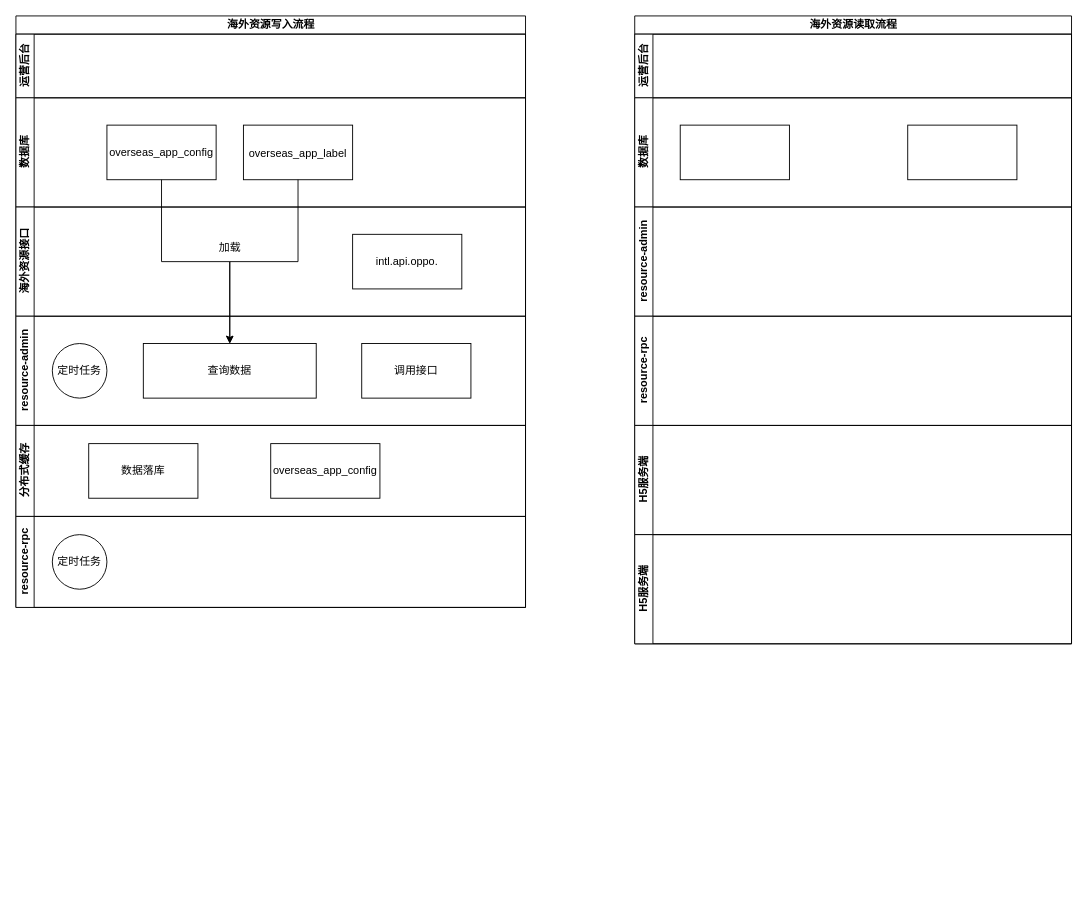
The draw.io diagram overseas.drawio in ETHAN0430/draw.io.repo, before the edit. Source tidied: cells renumbered, new cells numbered last; positions are measured from the earlier drawing's top-left corner, leaving out a move shared by most shapes. Both pictures are drawn from the tidied source at 91%, with x=0, y=0 at pixel (15, 15).
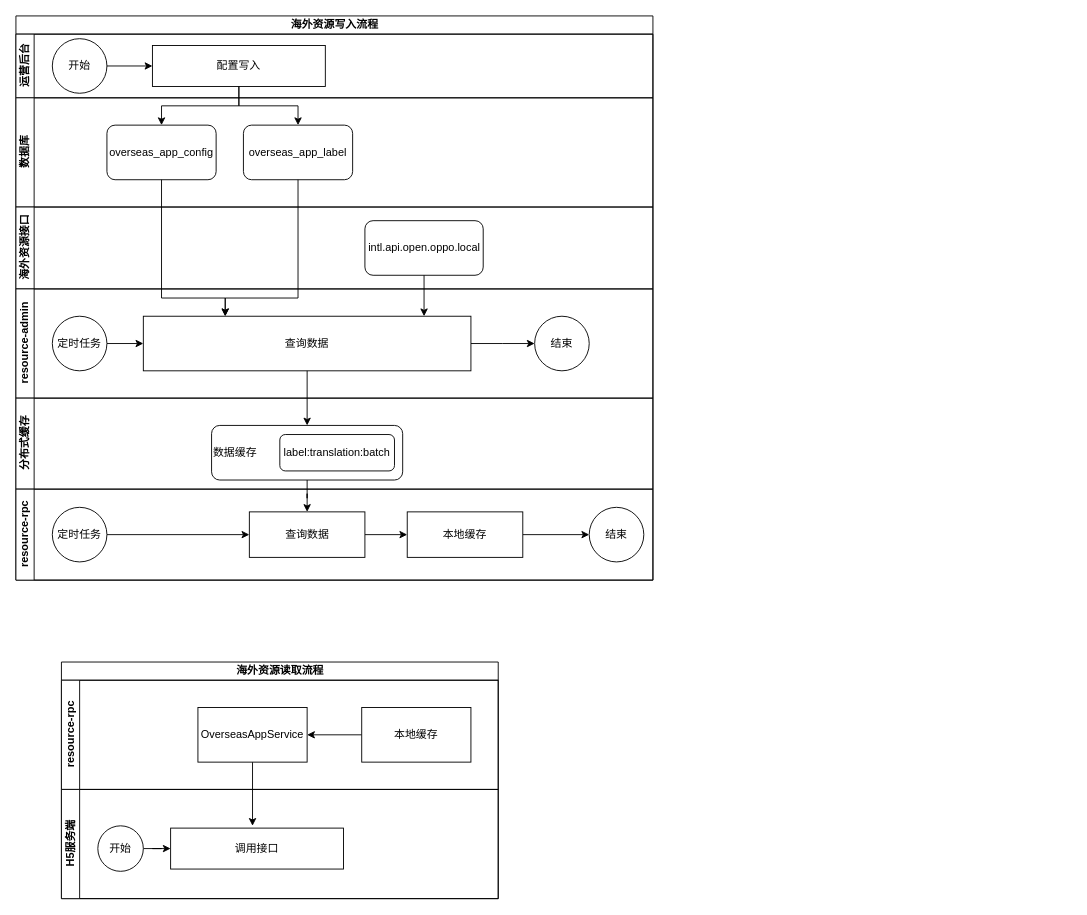
Above is the later version.

Unchanged cells that the change refers to:
```xml
<mxCell id="11" value="定时任务" style="ellipse;whiteSpace=wrap;html=1;" parent="10" vertex="1">
  <mxGeometry x="40" y="30" width="60" height="60" as="geometry" />
</mxCell>
<mxCell id="18" value="定时任务" style="ellipse;whiteSpace=wrap;html=1;" parent="17" vertex="1">
  <mxGeometry x="40" y="20" width="60" height="60" as="geometry" />
</mxCell>
```

Change to the diagram source:
```diff
@@
     <mxCell id="2" value="海外资源写入流程" style="swimlane;horizontal=1;startSize=20;html=1;" parent="1" vertex="1">
-      <mxGeometry width="560" height="650" as="geometry" />
+      <mxGeometry width="700" height="620" as="geometry" />
     </mxCell>
     <mxCell id="3" value="运营后台" style="swimlane;startSize=20;horizontal=0;html=1;" parent="2" vertex="1">
-      <mxGeometry y="20" width="560" height="70" as="geometry" />
+      <mxGeometry y="20" width="700" height="70" as="geometry" />
     </mxCell>
+    <mxCell id="30" style="edgeStyle=orthogonalEdgeStyle;rounded=0;jettySize=auto;html=1;entryX=0;entryY=0.5;entryDx=0;entryDy=0;" parent="3" edge="1" source="31" target="32">
+      <mxGeometry relative="1" as="geometry" />
+    </mxCell>
+    <mxCell id="31" value="开始" style="ellipse;whiteSpace=wrap;html=1;" parent="3" vertex="1">
+      <mxGeometry x="40" y="5" width="60" height="60" as="geometry" />
+    </mxCell>
+    <mxCell id="32" value="配置写入" style="whiteSpace=wrap;html=1;" parent="3" vertex="1">
+      <mxGeometry x="150" y="12.5" width="190" height="45" as="geometry" />
+    </mxCell>
     <mxCell id="4" value="数据库" style="swimlane;startSize=20;horizontal=0;html=1;" parent="2" vertex="1">
-      <mxGeometry y="90" width="560" height="120" as="geometry" />
+      <mxGeometry y="90" width="700" height="120" as="geometry" />
     </mxCell>
-    <mxCell id="5" value="overseas_app_config" style="whiteSpace=wrap;html=1;" parent="4" vertex="1">
-      <mxGeometry x="100" y="30" width="120" height="60" as="geometry" />
-    </mxCell>
+    <mxCell id="33" value="overseas_app_config" style="rounded=1;whiteSpace=wrap;html=1;" parent="4" vertex="1">
+      <mxGeometry x="100" y="30" width="120" height="60" as="geometry" />
+    </mxCell>
-    <mxCell id="6" value="&lt;div style=&quot;line-height: 100%;&quot; class=&quot;ql-code-block ql-long-284244 ql-direction-ltr ql-authorBlock-284244&quot;&gt;overseas_app_label&lt;/div&gt;" style="whiteSpace=wrap;html=1;" parent="4" vertex="1">
+    <mxCell id="6" value="overseas_app_label" style="rounded=1;whiteSpace=wrap;html=1;" parent="4" vertex="1">
       <mxGeometry x="250" y="30" width="120" height="60" as="geometry" />
     </mxCell>
     <mxCell id="7" value="海外资源接口" style="swimlane;startSize=20;horizontal=0;html=1;" parent="2" vertex="1">
-      <mxGeometry y="210" width="560" height="120" as="geometry" />
+      <mxGeometry y="210" width="700" height="90" as="geometry" />
     </mxCell>
-    <mxCell id="8" value="intl.api.oppo." style="whiteSpace=wrap;html=1;" parent="7" vertex="1">
-      <mxGeometry x="370" y="30" width="120" height="60" as="geometry" />
-    </mxCell>
-    <mxCell id="9" value="加载" style="text;html=1;align=center;verticalAlign=middle;strokeColor=none;fillColor=none;" parent="7" vertex="1">
-      <mxGeometry x="210" y="30" width="50" height="30" as="geometry" />
-    </mxCell>
+    <mxCell id="34" value="intl.api.open.oppo.local" style="rounded=1;whiteSpace=wrap;html=1;" parent="7" vertex="1">
+      <mxGeometry x="383.5" y="15" width="130" height="60" as="geometry" />
+    </mxCell>
     <mxCell id="10" value="resource-admin" style="swimlane;startSize=20;horizontal=0;html=1;" parent="2" vertex="1">
-      <mxGeometry y="330" width="560" height="120" as="geometry" />
+      <mxGeometry y="300" width="700" height="120" as="geometry" />
     </mxCell>
+    <mxCell id="35" style="edgeStyle=orthogonalEdgeStyle;rounded=0;jettySize=auto;html=1;entryX=0;entryY=0.5;entryDx=0;entryDy=0;" parent="10" edge="1" source="11" target="12">
+      <mxGeometry relative="1" as="geometry" />
+    </mxCell>
@@
+    <mxCell id="36" style="edgeStyle=orthogonalEdgeStyle;rounded=0;jettySize=auto;html=1;" parent="10" edge="1" source="12">
+      <mxGeometry relative="1" as="geometry">
+        <mxPoint x="570" y="60" as="targetPoint" />
+      </mxGeometry>
+    </mxCell>
     <mxCell id="12" value="查询数据" style="whiteSpace=wrap;html=1;" parent="10" vertex="1">
-      <mxGeometry x="140" y="30" width="190" height="60" as="geometry" />
+      <mxGeometry x="140" y="30" width="360" height="60" as="geometry" />
     </mxCell>
-    <mxCell id="13" value="调用接口" style="whiteSpace=wrap;html=1;" parent="10" vertex="1">
-      <mxGeometry x="380" y="30" width="120" height="60" as="geometry" />
-    </mxCell>
+    <mxCell id="37" value="结束" style="ellipse;whiteSpace=wrap;html=1;" parent="10" vertex="1">
+      <mxGeometry x="570" y="30" width="60" height="60" as="geometry" />
+    </mxCell>
     <mxCell id="14" value="分布式缓存" style="swimlane;startSize=20;horizontal=0;html=1;" parent="2" vertex="1">
-      <mxGeometry y="450" width="560" height="100" as="geometry" />
+      <mxGeometry y="420" width="700" height="100" as="geometry" />
     </mxCell>
-    <mxCell id="15" value="数据落库" style="whiteSpace=wrap;html=1;" parent="14" vertex="1">
-      <mxGeometry x="80" y="20" width="120" height="60" as="geometry" />
-    </mxCell>
-    <mxCell id="16" value="overseas_app_config" style="whiteSpace=wrap;html=1;" parent="14" vertex="1">
-      <mxGeometry x="280" y="20" width="120" height="60" as="geometry" />
-    </mxCell>
+    <mxCell id="38" value="数据缓存" style="rounded=1;whiteSpace=wrap;html=1;align=left;" parent="14" vertex="1">
+      <mxGeometry x="215" y="30" width="210" height="60" as="geometry" />
+    </mxCell>
+    <mxCell id="39" value="label:translation:batch" style="rounded=1;whiteSpace=wrap;html=1;" parent="14" vertex="1">
+      <mxGeometry x="290" y="40" width="126" height="40" as="geometry" />
+    </mxCell>
+    <mxCell id="40" style="edgeStyle=orthogonalEdgeStyle;rounded=0;jettySize=auto;html=1;" parent="2" edge="1" source="32" target="33">
+      <mxGeometry relative="1" as="geometry" />
+    </mxCell>
+    <mxCell id="41" style="edgeStyle=orthogonalEdgeStyle;rounded=0;jettySize=auto;html=1;" parent="2" edge="1" source="34" target="12">
+      <mxGeometry relative="1" as="geometry">
+        <Array as="points">
+          <mxPoint x="450" y="350" />
+          <mxPoint x="450" y="350" />
+        </Array>
+      </mxGeometry>
+    </mxCell>
+    <mxCell id="42" style="edgeStyle=orthogonalEdgeStyle;rounded=0;jettySize=auto;html=1;entryX=0.5;entryY=0;entryDx=0;entryDy=0;" parent="2" edge="1" source="32" target="6">
+      <mxGeometry relative="1" as="geometry" />
+    </mxCell>
+    <mxCell id="43" style="edgeStyle=orthogonalEdgeStyle;rounded=0;jettySize=auto;html=1;" parent="2" edge="1" source="12" target="38">
+      <mxGeometry relative="1" as="geometry" />
+    </mxCell>
+    <mxCell id="44" style="edgeStyle=orthogonalEdgeStyle;rounded=0;jettySize=auto;html=1;entryX=0.5;entryY=0;entryDx=0;entryDy=0;" parent="2" edge="1" source="38" target="47">
+      <mxGeometry relative="1" as="geometry" />
+    </mxCell>
     <mxCell id="17" value="resource-rpc" style="swimlane;startSize=20;horizontal=0;html=1;" parent="2" vertex="1">
-      <mxGeometry y="550" width="560" height="100" as="geometry" />
+      <mxGeometry y="520" width="700" height="100" as="geometry" />
     </mxCell>
+    <mxCell id="45" style="edgeStyle=orthogonalEdgeStyle;rounded=0;jettySize=auto;html=1;entryX=0;entryY=0.5;entryDx=0;entryDy=0;" parent="17" edge="1" source="18" target="47">
+      <mxGeometry relative="1" as="geometry" />
+    </mxCell>
@@
-    <mxCell id="19" style="edgeStyle=orthogonalEdgeStyle;rounded=0;jettySize=auto;html=1;entryX=0.5;entryY=0;entryDx=0;entryDy=0;" parent="2" edge="1" source="5" target="12">
-      <mxGeometry relative="1" as="geometry" />
-    </mxCell>
+    <mxCell id="46" style="edgeStyle=orthogonalEdgeStyle;rounded=0;jettySize=auto;html=1;entryX=0;entryY=0.5;entryDx=0;entryDy=0;" parent="17" edge="1" source="47" target="49">
+      <mxGeometry relative="1" as="geometry" />
+    </mxCell>
+    <mxCell id="47" value="查询数据" style="whiteSpace=wrap;html=1;" parent="17" vertex="1">
+      <mxGeometry x="256.5" y="25" width="127" height="50" as="geometry" />
+    </mxCell>
+    <mxCell id="48" style="edgeStyle=orthogonalEdgeStyle;rounded=0;jettySize=auto;html=1;entryX=0.5;entryY=1;entryDx=0;entryDy=0;" parent="17" edge="1" source="49" target="50">
+      <mxGeometry relative="1" as="geometry" />
+    </mxCell>
+    <mxCell id="49" value="本地缓存" style="whiteSpace=wrap;html=1;" parent="17" vertex="1">
+      <mxGeometry x="430" y="25" width="127" height="50" as="geometry" />
+    </mxCell>
+    <mxCell id="50" value="结束" style="ellipse;whiteSpace=wrap;html=1;direction=south;" parent="17" vertex="1">
+      <mxGeometry x="630" y="20" width="60" height="60" as="geometry" />
+    </mxCell>
+    <mxCell id="51" style="edgeStyle=orthogonalEdgeStyle;rounded=0;jettySize=auto;html=1;entryX=0.25;entryY=0;entryDx=0;entryDy=0;" parent="2" edge="1" source="33" target="12">
+      <mxGeometry relative="1" as="geometry">
+        <Array as="points">
+          <mxPoint x="160" y="310" />
+          <mxPoint x="230" y="310" />
+        </Array>
+      </mxGeometry>
+    </mxCell>
-    <mxCell id="20" style="edgeStyle=orthogonalEdgeStyle;rounded=0;jettySize=auto;html=1;entryX=0.5;entryY=0;entryDx=0;entryDy=0;" parent="2" edge="1" source="6" target="12">
-      <mxGeometry relative="1" as="geometry" />
+    <mxCell id="20" style="edgeStyle=orthogonalEdgeStyle;rounded=0;jettySize=auto;html=1;entryX=0.25;entryY=0;entryDx=0;entryDy=0;" parent="2" edge="1" source="6" target="12">
+      <mxGeometry relative="1" as="geometry">
+        <Array as="points">
+          <mxPoint x="310" y="310" />
+          <mxPoint x="230" y="310" />
+        </Array>
+      </mxGeometry>
     </mxCell>
     <mxCell id="21" value="海外资源读取流程" style="swimlane;horizontal=1;startSize=20;html=1;" parent="1" vertex="1">
-      <mxGeometry x="680" width="480" height="690" as="geometry" />
+      <mxGeometry x="50" y="710" width="480" height="260" as="geometry" />
     </mxCell>
-    <mxCell id="22" value="运营后台" style="swimlane;startSize=20;horizontal=0;html=1;" parent="21" vertex="1">
-      <mxGeometry y="20" width="480" height="70" as="geometry" />
-    </mxCell>
-    <mxCell id="23" value="数据库" style="swimlane;startSize=20;horizontal=0;html=1;" parent="21" vertex="1">
-      <mxGeometry y="90" width="480" height="120" as="geometry" />
-    </mxCell>
-    <mxCell id="24" style="whiteSpace=wrap;html=1;" parent="23" vertex="1">
-      <mxGeometry x="50" y="30" width="120" height="60" as="geometry" />
-    </mxCell>
-    <mxCell id="25" style="whiteSpace=wrap;html=1;" parent="23" vertex="1">
-      <mxGeometry x="300" y="30" width="120" height="60" as="geometry" />
-    </mxCell>
-    <mxCell id="26" value="resource-admin" style="swimlane;startSize=20;horizontal=0;html=1;" parent="21" vertex="1">
-      <mxGeometry y="210" width="480" height="120" as="geometry" />
-    </mxCell>
     <mxCell id="27" value="resource-rpc" style="swimlane;startSize=20;horizontal=0;html=1;" parent="21" vertex="1">
-      <mxGeometry y="330" width="480" height="120" as="geometry" />
+      <mxGeometry y="20" width="480" height="120" as="geometry" />
     </mxCell>
+    <mxCell id="52" style="edgeStyle=orthogonalEdgeStyle;rounded=0;jettySize=auto;html=1;" parent="27" edge="1" source="53">
+      <mxGeometry relative="1" as="geometry">
+        <mxPoint x="210" y="160" as="targetPoint" />
+      </mxGeometry>
+    </mxCell>
+    <mxCell id="53" value="OverseasAppService" style="whiteSpace=wrap;html=1;" parent="27" vertex="1">
+      <mxGeometry x="150" y="30" width="120" height="60" as="geometry" />
+    </mxCell>
+    <mxCell id="54" style="edgeStyle=orthogonalEdgeStyle;rounded=0;jettySize=auto;html=1;entryX=1;entryY=0.5;entryDx=0;entryDy=0;" parent="27" edge="1" source="55" target="53">
+      <mxGeometry relative="1" as="geometry" />
+    </mxCell>
+    <mxCell id="55" value="本地缓存" style="whiteSpace=wrap;html=1;" parent="27" vertex="1">
+      <mxGeometry x="330" y="30" width="120" height="60" as="geometry" />
+    </mxCell>
     <mxCell id="28" value="H5服务端" style="swimlane;startSize=20;horizontal=0;html=1;" parent="21" vertex="1">
-      <mxGeometry y="450" width="480" height="120" as="geometry" />
+      <mxGeometry y="140" width="480" height="120" as="geometry" />
     </mxCell>
-    <mxCell id="29" value="H5服务端" style="swimlane;startSize=20;horizontal=0;html=1;" parent="21" vertex="1">
-      <mxGeometry y="570" width="480" height="120" as="geometry" />
-    </mxCell>
+    <mxCell id="13" value="调用接口" style="whiteSpace=wrap;html=1;" parent="28" vertex="1">
+      <mxGeometry x="120" y="42.5" width="190" height="45" as="geometry" />
+    </mxCell>
+    <mxCell id="56" style="edgeStyle=orthogonalEdgeStyle;rounded=0;jettySize=auto;html=1;" parent="1" edge="1" source="57" target="13">
+      <mxGeometry relative="1" as="geometry" />
+    </mxCell>
+    <mxCell id="57" value="开始" style="ellipse;whiteSpace=wrap;html=1;" parent="1" vertex="1">
+      <mxGeometry x="90" y="890" width="50" height="50" as="geometry" />
+    </mxCell>
```
